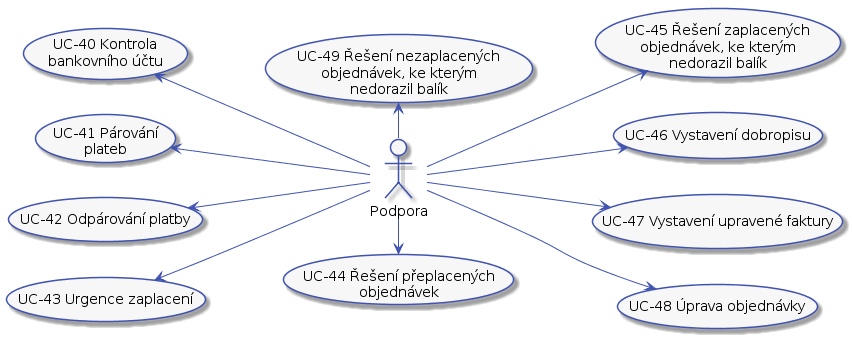
Earlier version of the PlantUML export docs/diagrams/out/ucs-support-finance.png (Internet-Handel/postman).
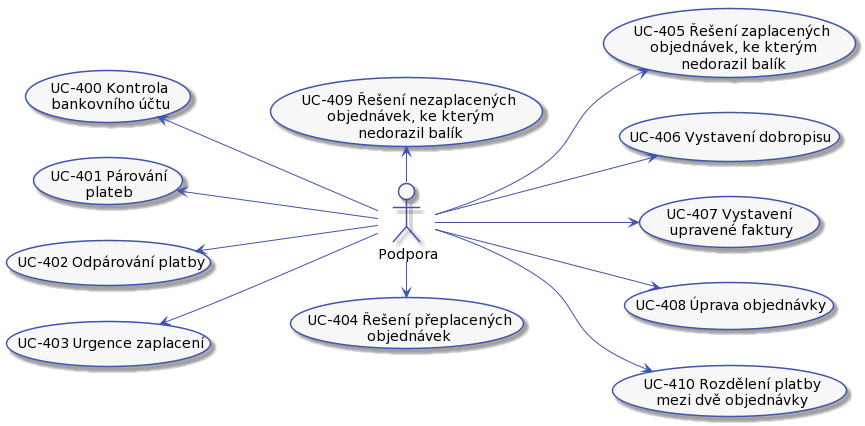
The same diagram one commit later.

The edit, as a diff of the source:
```diff
@@ -54,29 +54,36 @@
     BackgroundColor #F7F7F7
 }
 
+skinparam class {
+    BorderColor #4053AF
+    BackgroundColor #F7F7F7
+}
+
 left to right direction
 
 actor :Podpora: as support
 
-(UC-40 Kontrola\nbankovního účtu) as (UC-40)
-(UC-41 Párování\nplateb) as (UC-41)
-(UC-42 Odpárování platby) as (UC-42)
-(UC-43 Urgence zaplacení) as (UC-43)
-(UC-44 Řešení přeplacených\nobjednávek) as (UC-44)
-(UC-45 Řešení zaplacených\nobjednávek, ke kterým\nnedorazil balík) as (UC-45)
-(UC-46 Vystavení dobropisu) as (UC-46)
-(UC-47 Vystavení upravené faktury) as (UC-47)
-(UC-48 Úprava objednávky) as (UC-48)
-(UC-49 Řešení nezaplacených\nobjednávek, ke kterým\nnedorazil balík) as (UC-49)
+(UC-400 Kontrola\nbankovního účtu) as (UC-400)
+(UC-401 Párování\nplateb) as (UC-401)
+(UC-402 Odpárování platby) as (UC-402)
+(UC-403 Urgence zaplacení) as (UC-403)
+(UC-404 Řešení přeplacených\nobjednávek) as (UC-404)
+(UC-405 Řešení zaplacených\nobjednávek, ke kterým\nnedorazil balík) as (UC-405)
+(UC-406 Vystavení dobropisu) as (UC-406)
+(UC-407 Vystavení\nupravené faktury) as (UC-407)
+(UC-408 Úprava objednávky) as (UC-408)
+(UC-409 Řešení nezaplacených\nobjednávek, ke kterým\nnedorazil balík) as (UC-409)
+(UC-410 Rozdělení platby\nmezi dvě objednávky) as (UC-410)
 
-support -up-> (UC-43)
-support -up-> (UC-42)
-support -up-> (UC-41)
-support -up-> (UC-40)
-support -right-> (UC-44)
-support -down-> (UC-45)
-support -down-> (UC-46)
-support -down-> (UC-47)
-support -down-> (UC-48)
-support -left-> (UC-49)
+support -up-> (UC-403)
+support -up-> (UC-402)
+support -up-> (UC-401)
+support -up-> (UC-400)
+support -right-> (UC-404)
+support -down-> (UC-405)
+support -down-> (UC-406)
+support -down-> (UC-407)
+support -down-> (UC-408)
+support -down-> (UC-410)
+support -left-> (UC-409)
 @enduml
```
